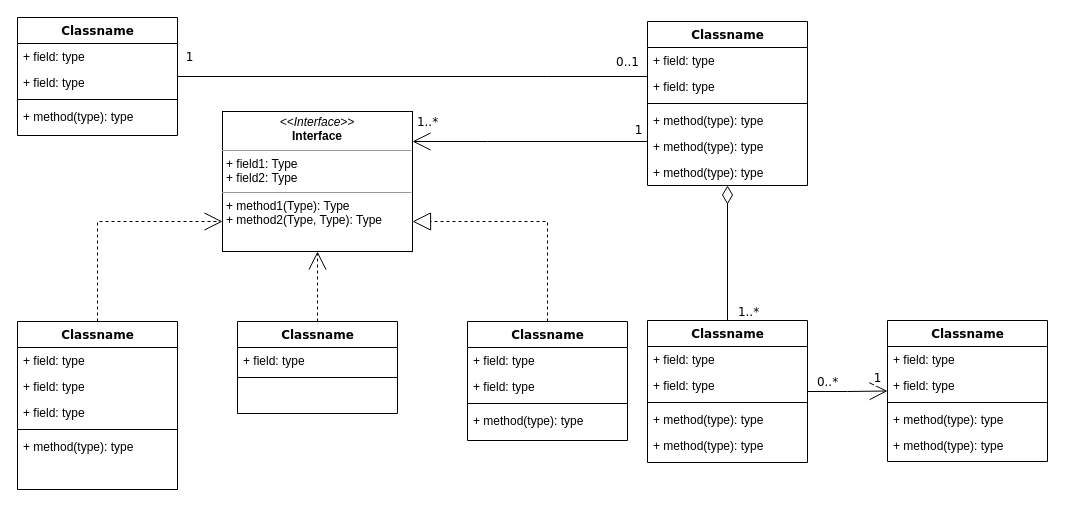
nocsg/drawIoFile keeps this draw.io diagram as 未命名绘图.drawio. Above is the earlier version. Source tidied: cells renumbered, new cells numbered last; positions are measured from the earlier drawing's top-left corner, leaving out a move shared by most shapes. Both pictures are drawn from the tidied source at 100%, with x=0, y=0 at pixel (17, 17).
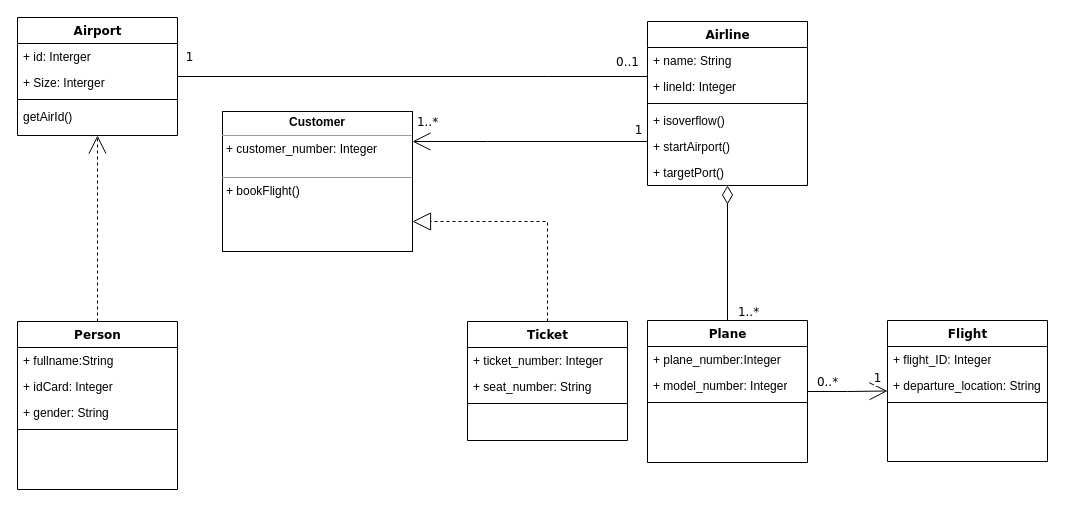
The same page after the edit.

What changed in the source:
```diff
@@
-    <mxCell id="2" style="edgeStyle=orthogonalEdgeStyle;rounded=0;html=1;dashed=1;labelBackgroundColor=none;startArrow=none;startFill=0;startSize=8;endArrow=open;endFill=0;endSize=16;fontFamily=Verdana;fontSize=12;" parent="1" edge="1" source="3" target="54">
-      <mxGeometry relative="1" as="geometry">
-        <Array as="points">
-          <mxPoint x="80" y="204" />
-        </Array>
-      </mxGeometry>
+    <mxCell id="2" style="edgeStyle=orthogonalEdgeStyle;rounded=0;html=1;dashed=1;labelBackgroundColor=none;startArrow=none;startFill=0;startSize=8;endArrow=open;endFill=0;endSize=16;fontFamily=Verdana;fontSize=12;entryX=0.5;entryY=1;entryDx=0;entryDy=0;" parent="1" edge="1" source="3" target="9">
+      <mxGeometry relative="1" as="geometry" />
     </mxCell>
-    <mxCell id="3" value="Classname" style="swimlane;html=1;fontStyle=1;align=center;verticalAlign=top;horizontal=1;startSize=26;swimlaneFillColor=#ffffff;rounded=0;shadow=0;comic=0;labelBackgroundColor=none;strokeWidth=1;fillColor=none;fontFamily=Verdana;fontSize=12;" parent="1" vertex="1">
+    <mxCell id="3" value="Person" style="swimlane;html=1;fontStyle=1;align=center;verticalAlign=top;horizontal=1;startSize=26;swimlaneFillColor=#ffffff;rounded=0;shadow=0;comic=0;labelBackgroundColor=none;strokeWidth=1;fillColor=none;fontFamily=Verdana;fontSize=12;" parent="1" vertex="1">
       <mxGeometry y="304" width="160" height="168" as="geometry" />
     </mxCell>
-    <mxCell id="4" value="+ field: type" style="text;html=1;strokeColor=none;fillColor=none;align=left;verticalAlign=top;spacingLeft=4;spacingRight=4;whiteSpace=wrap;overflow=hidden;" parent="3" vertex="1">
+    <mxCell id="4" value="+ fullname:String" style="text;html=1;strokeColor=none;fillColor=none;align=left;verticalAlign=top;spacingLeft=4;spacingRight=4;whiteSpace=wrap;overflow=hidden;" parent="3" vertex="1">
       <mxGeometry y="26" width="160" height="26" as="geometry" />
     </mxCell>
-    <mxCell id="5" value="+ field: type" style="text;html=1;strokeColor=none;fillColor=none;align=left;verticalAlign=top;spacingLeft=4;spacingRight=4;whiteSpace=wrap;overflow=hidden;" parent="3" vertex="1">
+    <mxCell id="5" value="+ idCard: Integer" style="text;html=1;strokeColor=none;fillColor=none;align=left;verticalAlign=top;spacingLeft=4;spacingRight=4;whiteSpace=wrap;overflow=hidden;" parent="3" vertex="1">
       <mxGeometry y="52" width="160" height="26" as="geometry" />
     </mxCell>
-    <mxCell id="6" value="+ field: type" style="text;html=1;strokeColor=none;fillColor=none;align=left;verticalAlign=top;spacingLeft=4;spacingRight=4;whiteSpace=wrap;overflow=hidden;" parent="3" vertex="1">
+    <mxCell id="6" value="+ gender: String" style="text;html=1;strokeColor=none;fillColor=none;align=left;verticalAlign=top;spacingLeft=4;spacingRight=4;whiteSpace=wrap;overflow=hidden;" parent="3" vertex="1">
       <mxGeometry y="78" width="160" height="26" as="geometry" />
     </mxCell>
@@
-    <mxCell id="8" value="+ method(type): type" style="text;html=1;strokeColor=none;fillColor=none;align=left;verticalAlign=top;spacingLeft=4;spacingRight=4;whiteSpace=wrap;overflow=hidden;" parent="3" vertex="1">
-      <mxGeometry y="112" width="160" height="26" as="geometry" />
-    </mxCell>
-    <mxCell id="9" value="Classname" style="swimlane;html=1;fontStyle=1;align=center;verticalAlign=top;horizontal=1;startSize=26;swimlaneFillColor=#ffffff;rounded=0;shadow=0;comic=0;labelBackgroundColor=none;strokeWidth=1;fillColor=none;fontFamily=Verdana;fontSize=12;" parent="1" vertex="1">
+    <mxCell id="9" value="Airport" style="swimlane;html=1;fontStyle=1;align=center;verticalAlign=top;horizontal=1;startSize=26;swimlaneFillColor=#ffffff;rounded=0;shadow=0;comic=0;labelBackgroundColor=none;strokeWidth=1;fillColor=none;fontFamily=Verdana;fontSize=12;" parent="1" vertex="1">
       <mxGeometry width="160" height="118" as="geometry" />
     </mxCell>
-    <mxCell id="10" value="+ field: type" style="text;html=1;strokeColor=none;fillColor=none;align=left;verticalAlign=top;spacingLeft=4;spacingRight=4;whiteSpace=wrap;overflow=hidden;" parent="9" vertex="1">
+    <mxCell id="10" value="+ id: Interger" style="text;html=1;strokeColor=none;fillColor=none;align=left;verticalAlign=top;spacingLeft=4;spacingRight=4;whiteSpace=wrap;overflow=hidden;" parent="9" vertex="1">
       <mxGeometry y="26" width="160" height="26" as="geometry" />
     </mxCell>
-    <mxCell id="11" value="+ field: type" style="text;html=1;strokeColor=none;fillColor=none;align=left;verticalAlign=top;spacingLeft=4;spacingRight=4;whiteSpace=wrap;overflow=hidden;" parent="9" vertex="1">
+    <mxCell id="11" value="+ Size: Interger" style="text;html=1;strokeColor=none;fillColor=none;align=left;verticalAlign=top;spacingLeft=4;spacingRight=4;whiteSpace=wrap;overflow=hidden;" parent="9" vertex="1">
       <mxGeometry y="52" width="160" height="26" as="geometry" />
     </mxCell>
@@
-    <mxCell id="13" value="+ method(type): type" style="text;html=1;strokeColor=none;fillColor=none;align=left;verticalAlign=top;spacingLeft=4;spacingRight=4;whiteSpace=wrap;overflow=hidden;" parent="9" vertex="1">
+    <mxCell id="13" value="getAirId()" style="text;html=1;strokeColor=none;fillColor=none;align=left;verticalAlign=top;spacingLeft=4;spacingRight=4;whiteSpace=wrap;overflow=hidden;" parent="9" vertex="1">
       <mxGeometry y="86" width="160" height="26" as="geometry" />
     </mxCell>
@@
-    <mxCell id="20" value="Classname" style="swimlane;html=1;fontStyle=1;align=center;verticalAlign=top;horizontal=1;startSize=26;swimlaneFillColor=#ffffff;rounded=0;shadow=0;comic=0;labelBackgroundColor=none;strokeWidth=1;fillColor=none;fontFamily=Verdana;fontSize=12;" parent="1" vertex="1">
+    <mxCell id="20" value="Airline" style="swimlane;html=1;fontStyle=1;align=center;verticalAlign=top;horizontal=1;startSize=26;swimlaneFillColor=#ffffff;rounded=0;shadow=0;comic=0;labelBackgroundColor=none;strokeWidth=1;fillColor=none;fontFamily=Verdana;fontSize=12;" parent="1" vertex="1">
       <mxGeometry x="630" y="4" width="160" height="164" as="geometry" />
     </mxCell>
-    <mxCell id="21" value="+ field: type" style="text;html=1;strokeColor=none;fillColor=none;align=left;verticalAlign=top;spacingLeft=4;spacingRight=4;whiteSpace=wrap;overflow=hidden;" parent="20" vertex="1">
+    <mxCell id="21" value="+ name: String" style="text;html=1;strokeColor=none;fillColor=none;align=left;verticalAlign=top;spacingLeft=4;spacingRight=4;whiteSpace=wrap;overflow=hidden;" parent="20" vertex="1">
       <mxGeometry y="26" width="160" height="26" as="geometry" />
     </mxCell>
-    <mxCell id="22" value="+ field: type" style="text;html=1;strokeColor=none;fillColor=none;align=left;verticalAlign=top;spacingLeft=4;spacingRight=4;whiteSpace=wrap;overflow=hidden;" parent="20" vertex="1">
+    <mxCell id="22" value="+ lineId: Integer" style="text;html=1;strokeColor=none;fillColor=none;align=left;verticalAlign=top;spacingLeft=4;spacingRight=4;whiteSpace=wrap;overflow=hidden;" parent="20" vertex="1">
       <mxGeometry y="52" width="160" height="26" as="geometry" />
     </mxCell>
@@
-    <mxCell id="24" value="+ method(type): type" style="text;html=1;strokeColor=none;fillColor=none;align=left;verticalAlign=top;spacingLeft=4;spacingRight=4;whiteSpace=wrap;overflow=hidden;" parent="20" vertex="1">
+    <mxCell id="24" value="+ isoverflow()" style="text;html=1;strokeColor=none;fillColor=none;align=left;verticalAlign=top;spacingLeft=4;spacingRight=4;whiteSpace=wrap;overflow=hidden;" parent="20" vertex="1">
       <mxGeometry y="86" width="160" height="26" as="geometry" />
     </mxCell>
-    <mxCell id="25" value="+ method(type): type" style="text;html=1;strokeColor=none;fillColor=none;align=left;verticalAlign=top;spacingLeft=4;spacingRight=4;whiteSpace=wrap;overflow=hidden;" parent="20" vertex="1">
+    <mxCell id="25" value="+ startAirport()" style="text;html=1;strokeColor=none;fillColor=none;align=left;verticalAlign=top;spacingLeft=4;spacingRight=4;whiteSpace=wrap;overflow=hidden;" parent="20" vertex="1">
       <mxGeometry y="112" width="160" height="26" as="geometry" />
     </mxCell>
-    <mxCell id="26" value="+ method(type): type" style="text;html=1;strokeColor=none;fillColor=none;align=left;verticalAlign=top;spacingLeft=4;spacingRight=4;whiteSpace=wrap;overflow=hidden;" parent="20" vertex="1">
+    <mxCell id="26" value="+ targetPort()" style="text;html=1;strokeColor=none;fillColor=none;align=left;verticalAlign=top;spacingLeft=4;spacingRight=4;whiteSpace=wrap;overflow=hidden;" parent="20" vertex="1">
       <mxGeometry y="138" width="160" height="26" as="geometry" />
     </mxCell>
-    <mxCell id="27" style="edgeStyle=orthogonalEdgeStyle;rounded=0;html=1;dashed=1;labelBackgroundColor=none;startArrow=none;startFill=0;startSize=8;endArrow=open;endFill=0;endSize=16;fontFamily=Verdana;fontSize=12;" parent="1" edge="1" source="28" target="54">
-      <mxGeometry relative="1" as="geometry" />
-    </mxCell>
-    <mxCell id="28" value="Classname" style="swimlane;html=1;fontStyle=1;align=center;verticalAlign=top;horizontal=1;startSize=26;swimlaneFillColor=#ffffff;rounded=0;shadow=0;comic=0;labelBackgroundColor=none;strokeWidth=1;fillColor=none;fontFamily=Verdana;fontSize=12;" parent="1" vertex="1">
-      <mxGeometry x="220" y="304" width="160" height="92" as="geometry" />
-    </mxCell>
-    <mxCell id="29" value="+ field: type" style="text;html=1;strokeColor=none;fillColor=none;align=left;verticalAlign=top;spacingLeft=4;spacingRight=4;whiteSpace=wrap;overflow=hidden;" parent="28" vertex="1">
-      <mxGeometry y="26" width="160" height="26" as="geometry" />
-    </mxCell>
-    <mxCell id="30" style="line;html=1;strokeWidth=1;fillColor=none;align=left;verticalAlign=middle;spacingTop=-1;spacingLeft=3;spacingRight=3;labelPosition=right;" parent="28" vertex="1">
-      <mxGeometry y="52" width="160" height="8" as="geometry" />
-    </mxCell>
@@
-    <mxCell id="36" value="Classname" style="swimlane;html=1;fontStyle=1;align=center;verticalAlign=top;horizontal=1;startSize=26;swimlaneFillColor=#ffffff;rounded=0;shadow=0;comic=0;labelBackgroundColor=none;strokeWidth=1;fillColor=none;fontFamily=Verdana;fontSize=12;" parent="1" vertex="1">
+    <mxCell id="36" value="Plane" style="swimlane;html=1;fontStyle=1;align=center;verticalAlign=top;horizontal=1;startSize=26;swimlaneFillColor=#ffffff;rounded=0;shadow=0;comic=0;labelBackgroundColor=none;strokeWidth=1;fillColor=none;fontFamily=Verdana;fontSize=12;" parent="1" vertex="1">
       <mxGeometry x="630" y="303" width="160" height="142" as="geometry" />
     </mxCell>
-    <mxCell id="37" value="+ field: type" style="text;html=1;strokeColor=none;fillColor=none;align=left;verticalAlign=top;spacingLeft=4;spacingRight=4;whiteSpace=wrap;overflow=hidden;" parent="36" vertex="1">
+    <mxCell id="37" value="+ plane_number:Integer" style="text;html=1;strokeColor=none;fillColor=none;align=left;verticalAlign=top;spacingLeft=4;spacingRight=4;whiteSpace=wrap;overflow=hidden;" parent="36" vertex="1">
       <mxGeometry y="26" width="160" height="26" as="geometry" />
     </mxCell>
-    <mxCell id="38" value="+ field: type" style="text;html=1;strokeColor=none;fillColor=none;align=left;verticalAlign=top;spacingLeft=4;spacingRight=4;whiteSpace=wrap;overflow=hidden;" parent="36" vertex="1">
+    <mxCell id="38" value="+ model_number: Integer" style="text;html=1;strokeColor=none;fillColor=none;align=left;verticalAlign=top;spacingLeft=4;spacingRight=4;whiteSpace=wrap;overflow=hidden;" parent="36" vertex="1">
       <mxGeometry y="52" width="160" height="26" as="geometry" />
     </mxCell>
@@
-    <mxCell id="40" value="+ method(type): type" style="text;html=1;strokeColor=none;fillColor=none;align=left;verticalAlign=top;spacingLeft=4;spacingRight=4;whiteSpace=wrap;overflow=hidden;" parent="36" vertex="1">
-      <mxGeometry y="86" width="160" height="26" as="geometry" />
-    </mxCell>
-    <mxCell id="41" value="+ method(type): type" style="text;html=1;strokeColor=none;fillColor=none;align=left;verticalAlign=top;spacingLeft=4;spacingRight=4;whiteSpace=wrap;overflow=hidden;" parent="36" vertex="1">
-      <mxGeometry y="112" width="160" height="26" as="geometry" />
-    </mxCell>
-    <mxCell id="42" value="Classname" style="swimlane;html=1;fontStyle=1;align=center;verticalAlign=top;horizontal=1;startSize=26;swimlaneFillColor=#ffffff;rounded=0;shadow=0;comic=0;labelBackgroundColor=none;strokeWidth=1;fillColor=none;fontFamily=Verdana;fontSize=12;" parent="1" vertex="1">
+    <mxCell id="42" value="Flight" style="swimlane;html=1;fontStyle=1;align=center;verticalAlign=top;horizontal=1;startSize=26;swimlaneFillColor=#ffffff;rounded=0;shadow=0;comic=0;labelBackgroundColor=none;strokeWidth=1;fillColor=none;fontFamily=Verdana;fontSize=12;" parent="1" vertex="1">
       <mxGeometry x="870" y="303" width="160" height="141" as="geometry" />
     </mxCell>
-    <mxCell id="43" value="+ field: type" style="text;html=1;strokeColor=none;fillColor=none;align=left;verticalAlign=top;spacingLeft=4;spacingRight=4;whiteSpace=wrap;overflow=hidden;" parent="42" vertex="1">
+    <mxCell id="43" value="+ flight_ID: Integer" style="text;html=1;strokeColor=none;fillColor=none;align=left;verticalAlign=top;spacingLeft=4;spacingRight=4;whiteSpace=wrap;overflow=hidden;" parent="42" vertex="1">
       <mxGeometry y="26" width="160" height="26" as="geometry" />
     </mxCell>
-    <mxCell id="44" value="+ field: type" style="text;html=1;strokeColor=none;fillColor=none;align=left;verticalAlign=top;spacingLeft=4;spacingRight=4;whiteSpace=wrap;overflow=hidden;" parent="42" vertex="1">
+    <mxCell id="44" value="+ departure_location: String" style="text;html=1;strokeColor=none;fillColor=none;align=left;verticalAlign=top;spacingLeft=4;spacingRight=4;whiteSpace=wrap;overflow=hidden;" parent="42" vertex="1">
       <mxGeometry y="52" width="160" height="26" as="geometry" />
     </mxCell>
@@
-    <mxCell id="46" value="+ method(type): type" style="text;html=1;strokeColor=none;fillColor=none;align=left;verticalAlign=top;spacingLeft=4;spacingRight=4;whiteSpace=wrap;overflow=hidden;" parent="42" vertex="1">
-      <mxGeometry y="86" width="160" height="26" as="geometry" />
-    </mxCell>
-    <mxCell id="47" value="+ method(type): type" style="text;html=1;strokeColor=none;fillColor=none;align=left;verticalAlign=top;spacingLeft=4;spacingRight=4;whiteSpace=wrap;overflow=hidden;" parent="42" vertex="1">
-      <mxGeometry y="112" width="160" height="26" as="geometry" />
-    </mxCell>
@@
-    <mxCell id="49" value="Classname" style="swimlane;html=1;fontStyle=1;align=center;verticalAlign=top;horizontal=1;startSize=26;swimlaneFillColor=#ffffff;rounded=0;shadow=0;comic=0;labelBackgroundColor=none;strokeWidth=1;fillColor=none;fontFamily=Verdana;fontSize=12;" parent="1" vertex="1">
+    <mxCell id="49" value="Ticket" style="swimlane;html=1;fontStyle=1;align=center;verticalAlign=top;horizontal=1;startSize=26;swimlaneFillColor=#ffffff;rounded=0;shadow=0;comic=0;labelBackgroundColor=none;strokeWidth=1;fillColor=none;fontFamily=Verdana;fontSize=12;" parent="1" vertex="1">
       <mxGeometry x="450" y="304" width="160" height="119" as="geometry" />
     </mxCell>
-    <mxCell id="50" value="+ field: type" style="text;html=1;strokeColor=none;fillColor=none;align=left;verticalAlign=top;spacingLeft=4;spacingRight=4;whiteSpace=wrap;overflow=hidden;" parent="49" vertex="1">
+    <mxCell id="50" value="+ ticket_number: Integer" style="text;html=1;strokeColor=none;fillColor=none;align=left;verticalAlign=top;spacingLeft=4;spacingRight=4;whiteSpace=wrap;overflow=hidden;" parent="49" vertex="1">
       <mxGeometry y="26" width="160" height="26" as="geometry" />
     </mxCell>
-    <mxCell id="51" value="+ field: type" style="text;html=1;strokeColor=none;fillColor=none;align=left;verticalAlign=top;spacingLeft=4;spacingRight=4;whiteSpace=wrap;overflow=hidden;" parent="49" vertex="1">
+    <mxCell id="51" value="+ seat_number: String" style="text;html=1;strokeColor=none;fillColor=none;align=left;verticalAlign=top;spacingLeft=4;spacingRight=4;whiteSpace=wrap;overflow=hidden;" parent="49" vertex="1">
       <mxGeometry y="52" width="160" height="26" as="geometry" />
     </mxCell>
@@
-    <mxCell id="53" value="+ method(type): type" style="text;html=1;strokeColor=none;fillColor=none;align=left;verticalAlign=top;spacingLeft=4;spacingRight=4;whiteSpace=wrap;overflow=hidden;" parent="49" vertex="1">
-      <mxGeometry y="86" width="160" height="26" as="geometry" />
-    </mxCell>
-    <mxCell id="54" value="&lt;p style=&quot;margin:0px;margin-top:4px;text-align:center;&quot;&gt;&lt;i&gt;&amp;lt;&amp;lt;Interface&amp;gt;&amp;gt;&lt;/i&gt;&lt;br/&gt;&lt;b&gt;Interface&lt;/b&gt;&lt;/p&gt;&lt;hr size=&quot;1&quot;/&gt;&lt;p style=&quot;margin:0px;margin-left:4px;&quot;&gt;+ field1: Type&lt;br/&gt;+ field2: Type&lt;/p&gt;&lt;hr size=&quot;1&quot;/&gt;&lt;p style=&quot;margin:0px;margin-left:4px;&quot;&gt;+ method1(Type): Type&lt;br/&gt;+ method2(Type, Type): Type&lt;/p&gt;" style="verticalAlign=top;align=left;overflow=fill;fontSize=12;fontFamily=Helvetica;html=1;rounded=0;shadow=0;comic=0;labelBackgroundColor=none;strokeWidth=1;" parent="1" vertex="1">
+    <mxCell id="54" value="&lt;p style=&quot;margin: 0px ; margin-top: 4px ; text-align: center&quot;&gt;&lt;b&gt;Customer&lt;/b&gt;&lt;/p&gt;&lt;hr size=&quot;1&quot;&gt;&lt;p style=&quot;margin: 0px ; margin-left: 4px&quot;&gt;+ customer_number: Integer&lt;br&gt;&lt;br&gt;&lt;/p&gt;&lt;hr size=&quot;1&quot;&gt;&lt;p style=&quot;margin: 0px ; margin-left: 4px&quot;&gt;+ bookFlight()&lt;/p&gt;" style="verticalAlign=top;align=left;overflow=fill;fontSize=12;fontFamily=Helvetica;html=1;rounded=0;shadow=0;comic=0;labelBackgroundColor=none;strokeWidth=1;" parent="1" vertex="1">
       <mxGeometry x="205" y="94" width="190" height="140" as="geometry" />
     </mxCell>
```
